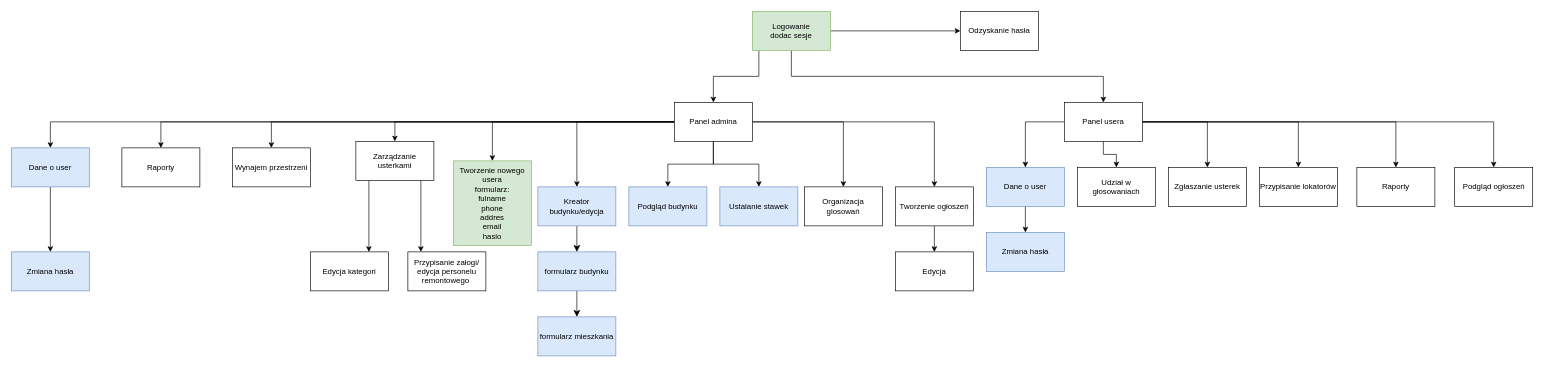
The draw.io diagram doc/site_flow.drawio in Mati-IR/my-neighborhood, before the edit. Source tidied: cells renumbered, new cells numbered last; positions are measured from the earlier drawing's top-left corner, leaving out a move shared by most shapes. Both pictures are drawn from the tidied source at 65%, with x=0, y=0 at pixel (11, 11).
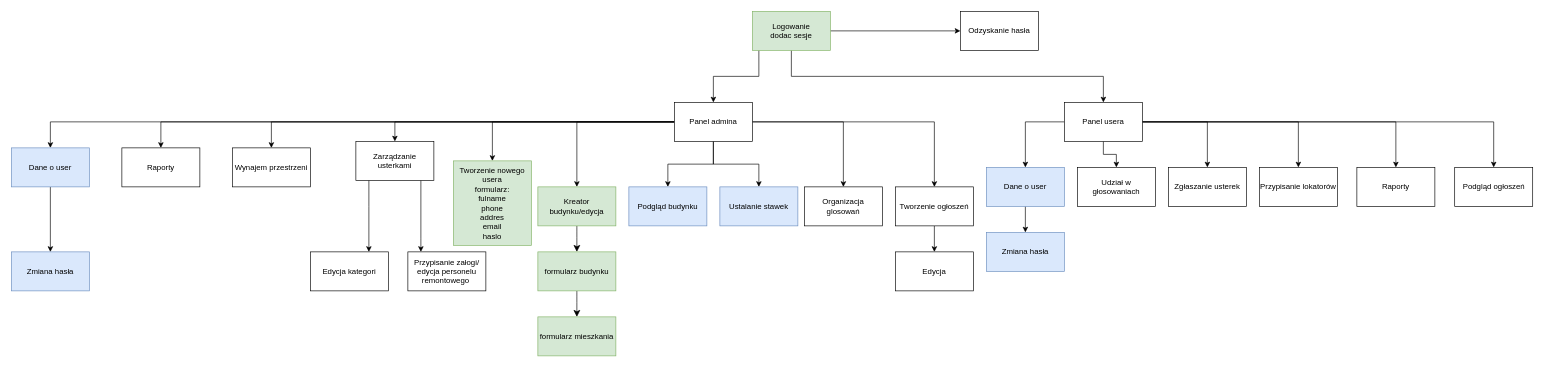
Above is the later version.

The edit, as a diff of the source:
```diff
@@
-    <mxCell id="27" value="Kreator budynku/edycja" style="whiteSpace=wrap;html=1;rounded=0;fillColor=#dae8fc;strokeColor=#6c8ebf;" parent="1" vertex="1">
+    <mxCell id="27" value="Kreator budynku/edycja" style="whiteSpace=wrap;html=1;rounded=0;fillColor=#d5e8d4;strokeColor=#82b366;" parent="1" vertex="1">
       <mxGeometry x="810" y="270" width="120" height="60" as="geometry" />
     </mxCell>
@@
-    <mxCell id="47" value="formularz budynku" style="whiteSpace=wrap;html=1;rounded=0;fillColor=#dae8fc;strokeColor=#6c8ebf;" parent="1" vertex="1">
+    <mxCell id="47" value="formularz budynku" style="whiteSpace=wrap;html=1;rounded=0;fillColor=#d5e8d4;strokeColor=#82b366;" parent="1" vertex="1">
       <mxGeometry x="810" y="370" width="120" height="60" as="geometry" />
     </mxCell>
-    <mxCell id="48" value="formularz mieszkania" style="whiteSpace=wrap;html=1;rounded=0;fillColor=#dae8fc;strokeColor=#6c8ebf;" parent="1" vertex="1">
+    <mxCell id="48" value="formularz mieszkania" style="whiteSpace=wrap;html=1;rounded=0;fillColor=#d5e8d4;strokeColor=#82b366;" parent="1" vertex="1">
       <mxGeometry x="810" y="470" width="120" height="60" as="geometry" />
     </mxCell>
```
